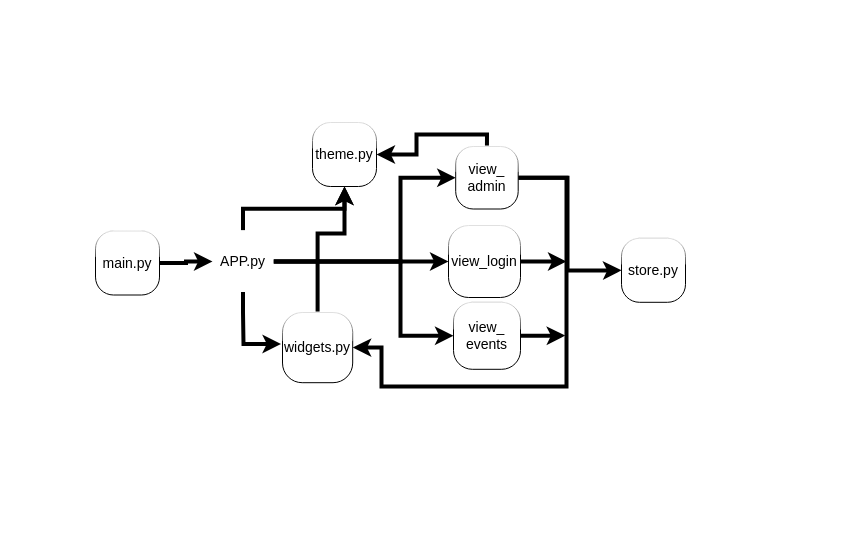
Earlier version of the draw.io diagram draws/Milsim.drawio (ilylbgg/draw.io). Source tidied: cells renumbered, new cells numbered last; positions are measured from the earlier drawing's top-left corner, leaving out a move shared by most shapes. Both pictures are drawn from the tidied source at 100%, with x=0, y=0 at pixel (95, 122).
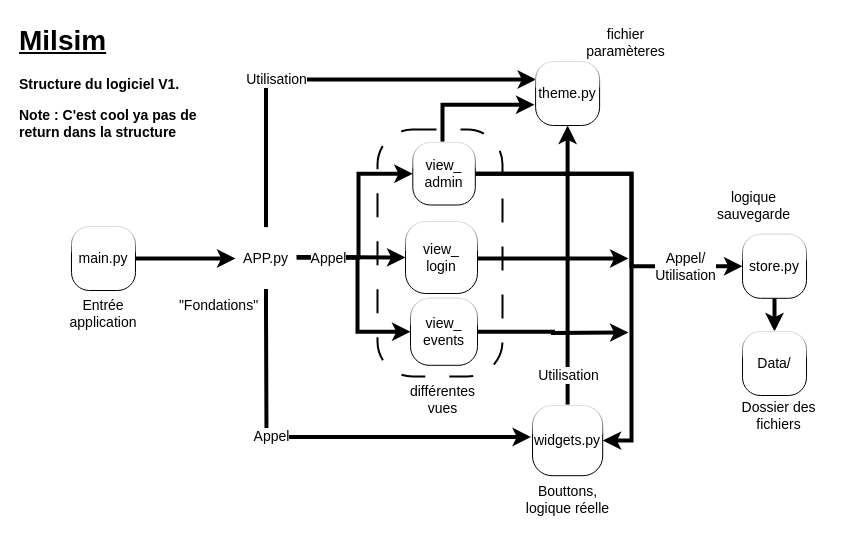
Above is the later version.

Commit message:
Mettre à jour Milsim.drawio

What changed in the source:
```diff
@@
     <mxCell id="2" style="edgeStyle=orthogonalEdgeStyle;rounded=0;jettySize=auto;html=1;exitX=0.5;exitY=1;exitDx=0;exitDy=0;entryX=-0.021;entryY=0.448;entryDx=0;entryDy=0;fontFamily=Helvetica;fontSize=14;fontColor=default;entryPerimeter=0;strokeWidth=4;strokeColor=light-dark(#000000,#000000);" parent="1" edge="1" source="9" target="24">
       <mxGeometry relative="1" as="geometry">
         <Array as="points">
-          <mxPoint x="148" y="190" />
-          <mxPoint x="148" y="201" />
+          <mxPoint x="171" y="187" />
+          <mxPoint x="171" y="198" />
         </Array>
       </mxGeometry>
     </mxCell>
@@
+    <mxCell id="25" value="Appel" style="edgeLabel;html=1;align=center;verticalAlign=middle;rounded=1;shadow=0;glass=1;strokeColor=default;arcSize=28;fontFamily=Helvetica;fontSize=14;fontColor=default;fillColor=default;" parent="2" vertex="1">
+      <mxGeometry x="-0.1" y="-1" relative="1" as="geometry">
+        <mxPoint x="-34" y="-2" as="offset" />
+      </mxGeometry>
+    </mxCell>
-    <mxCell id="4" style="edgeStyle=orthogonalEdgeStyle;rounded=0;jettySize=auto;html=1;exitX=0.5;exitY=0;exitDx=0;exitDy=0;entryX=0.5;entryY=1;entryDx=0;entryDy=0;fontFamily=Helvetica;fontSize=14;fontColor=default;strokeWidth=4;strokeColor=light-dark(#000000,#000000);" parent="1" edge="1" source="9" target="13">
-      <mxGeometry relative="1" as="geometry" />
+    <mxCell id="4" style="edgeStyle=orthogonalEdgeStyle;rounded=0;jettySize=auto;html=1;exitX=0.5;exitY=0;exitDx=0;exitDy=0;fontFamily=Helvetica;fontSize=14;fontColor=default;strokeWidth=4;strokeColor=light-dark(#000000,#000000);entryX=0.008;entryY=0.282;entryDx=0;entryDy=0;entryPerimeter=0;" parent="1" edge="1" source="9" target="13">
+      <mxGeometry relative="1" as="geometry">
+        <Array as="points">
+          <mxPoint x="171" y="-43" />
+        </Array>
+      </mxGeometry>
     </mxCell>
+    <mxCell id="26" value="Utilisation" style="edgeLabel;html=1;align=center;verticalAlign=middle;rounded=1;shadow=0;glass=1;strokeColor=default;arcSize=28;fontFamily=Helvetica;fontSize=14;fontColor=default;fillColor=default;" parent="4" vertex="1">
+      <mxGeometry x="-0.01" y="2" relative="1" as="geometry">
+        <mxPoint x="-49" y="1" as="offset" />
+      </mxGeometry>
+    </mxCell>
-    <mxCell id="5" style="edgeStyle=orthogonalEdgeStyle;rounded=0;jettySize=auto;html=1;exitX=1;exitY=0.5;exitDx=0;exitDy=0;entryX=0;entryY=0.5;entryDx=0;entryDy=0;fontFamily=Helvetica;fontSize=14;fontColor=default;strokeWidth=4;strokeColor=light-dark(#000000,#000000);" parent="1" edge="1" source="9" target="22">
+    <mxCell id="5" style="edgeStyle=orthogonalEdgeStyle;rounded=0;jettySize=auto;html=1;exitX=0.998;exitY=0.472;exitDx=0;exitDy=0;entryX=0;entryY=0.5;entryDx=0;entryDy=0;fontFamily=Helvetica;fontSize=14;fontColor=default;strokeWidth=4;strokeColor=light-dark(#000000,#000000);exitPerimeter=0;" parent="1" edge="1" source="9" target="22">
       <mxGeometry relative="1" as="geometry">
         <Array as="points">
-          <mxPoint x="247" y="139" />
-          <mxPoint x="247" y="139" />
+          <mxPoint x="179" y="134" />
         </Array>
       </mxGeometry>
     </mxCell>
@@
     <mxCell id="7" style="edgeStyle=orthogonalEdgeStyle;rounded=0;jettySize=auto;html=1;exitX=1;exitY=0.5;exitDx=0;exitDy=0;entryX=0;entryY=0.5;entryDx=0;entryDy=0;fontFamily=Helvetica;fontSize=14;fontColor=default;strokeWidth=4;strokeColor=light-dark(#000000,#000000);" parent="1" edge="1" source="9" target="19">
       <mxGeometry relative="1" as="geometry">
         <Array as="points">
-          <mxPoint x="305" y="139" />
-          <mxPoint x="305" y="213" />
+          <mxPoint x="262" y="135" />
+          <mxPoint x="262" y="209" />
         </Array>
       </mxGeometry>
     </mxCell>
     <mxCell id="8" style="edgeStyle=orthogonalEdgeStyle;rounded=0;jettySize=auto;html=1;exitX=1;exitY=0.5;exitDx=0;exitDy=0;entryX=0;entryY=0.5;entryDx=0;entryDy=0;fontFamily=Helvetica;fontSize=14;fontColor=default;strokeWidth=4;strokeColor=light-dark(#000000,#000000);" parent="1" edge="1" source="9" target="17">
       <mxGeometry relative="1" as="geometry">
         <Array as="points">
-          <mxPoint x="305" y="139" />
-          <mxPoint x="305" y="55" />
+          <mxPoint x="263" y="135" />
+          <mxPoint x="263" y="51" />
         </Array>
       </mxGeometry>
     </mxCell>
+    <mxCell id="27" value="Appel" style="edgeLabel;html=1;align=center;verticalAlign=middle;rounded=1;shadow=0;glass=1;strokeColor=default;arcSize=28;fontFamily=Helvetica;fontSize=14;fontColor=default;fillColor=default;" parent="8" vertex="1">
+      <mxGeometry x="-0.51" y="-2" relative="1" as="geometry">
+        <mxPoint x="-17" y="-2" as="offset" />
+      </mxGeometry>
+    </mxCell>
+    <mxCell id="28" style="edgeLabel;html=1;align=center;verticalAlign=middle;rounded=1;shadow=0;glass=1;strokeColor=default;arcSize=28;fontFamily=Helvetica;fontSize=14;fontColor=default;fillColor=default;" parent="8" vertex="1">
+      <mxGeometry x="-0.7" relative="1" as="geometry" />
+    </mxCell>
     <mxCell id="9" value="APP.py" style="whiteSpace=wrap;html=1;rounded=1;arcSize=28;glass=1;shadow=0;fontSize=14;strokeColor=light-dark(default, #c20000);" parent="1" vertex="1">
-      <mxGeometry x="117" y="108.5" width="61" height="61" as="geometry" />
+      <mxGeometry x="140" y="105.5" width="61" height="61" as="geometry" />
     </mxCell>
     <mxCell id="10" style="edgeStyle=orthogonalEdgeStyle;rounded=0;jettySize=auto;html=1;exitX=1;exitY=0.5;exitDx=0;exitDy=0;entryX=0;entryY=0.5;entryDx=0;entryDy=0;fontFamily=Helvetica;fontSize=14;fontColor=default;curved=0;strokeWidth=4;endArrow=classic;endFill=1;strokeColor=light-dark(#000000,#000000);align=center;verticalAlign=middle;labelBackgroundColor=default;" parent="1" edge="1" source="11" target="9">
-      <mxGeometry relative="1" as="geometry" />
+      <mxGeometry relative="1" as="geometry">
+        <Array as="points">
+          <mxPoint x="52" y="136" />
+        </Array>
+      </mxGeometry>
     </mxCell>
     <mxCell id="11" value="main.py" style="whiteSpace=wrap;html=1;rounded=1;shadow=0;glass=1;strokeColor=default;align=center;verticalAlign=middle;arcSize=28;fontFamily=Helvetica;fontSize=14;fontColor=default;fillColor=default;" parent="1" vertex="1">
-      <mxGeometry y="108.5" width="64" height="64" as="geometry" />
+      <mxGeometry x="-24" y="104" width="64" height="64" as="geometry" />
     </mxCell>
+    <mxCell id="29" style="edgeStyle=orthogonalEdgeStyle;rounded=0;jettySize=auto;html=1;exitX=0.5;exitY=1;exitDx=0;exitDy=0;entryX=0.5;entryY=0;entryDx=0;entryDy=0;fontFamily=Helvetica;fontSize=14;fontColor=default;strokeColor=light-dark(#000000,#000000);strokeWidth=4;align=center;verticalAlign=middle;labelBackgroundColor=default;endArrow=classic;" parent="1" edge="1" source="12" target="40">
+      <mxGeometry relative="1" as="geometry">
+        <Array as="points">
+          <mxPoint x="679" y="191" />
+          <mxPoint x="679" y="191" />
+        </Array>
+      </mxGeometry>
+    </mxCell>
     <mxCell id="12" value="store.py" style="whiteSpace=wrap;html=1;rounded=1;shadow=0;glass=1;strokeColor=default;align=center;verticalAlign=middle;arcSize=28;fontFamily=Helvetica;fontSize=14;fontColor=default;fillColor=default;" parent="1" vertex="1">
-      <mxGeometry x="526" y="115.8" width="64" height="64" as="geometry" />
+      <mxGeometry x="647" y="111.8" width="64" height="64" as="geometry" />
     </mxCell>
     <mxCell id="13" value="theme.py" style="whiteSpace=wrap;html=1;rounded=1;shadow=0;glass=1;strokeColor=default;align=center;verticalAlign=middle;arcSize=28;fontFamily=Helvetica;fontSize=14;fontColor=default;fillColor=default;" parent="1" vertex="1">
-      <mxGeometry x="217" width="64" height="64" as="geometry" />
+      <mxGeometry x="440.1" y="-61" width="64" height="64" as="geometry" />
     </mxCell>
     <mxCell id="14" style="edgeStyle=orthogonalEdgeStyle;rounded=0;jettySize=auto;html=1;exitX=1;exitY=0.5;exitDx=0;exitDy=0;entryX=0;entryY=0.5;entryDx=0;entryDy=0;fontFamily=Helvetica;fontSize=14;fontColor=default;strokeWidth=4;strokeColor=light-dark(#000000,#000000);" parent="1" edge="1" source="17" target="12">
       <mxGeometry relative="1" as="geometry">
         <Array as="points">
-          <mxPoint x="472" y="55" />
-          <mxPoint x="472" y="148" />
-          <mxPoint x="513" y="148" />
+          <mxPoint x="536" y="51" />
+          <mxPoint x="536" y="144" />
         </Array>
       </mxGeometry>
     </mxCell>
+    <mxCell id="30" value="Appel/&lt;br&gt;Utilisation" style="edgeLabel;html=1;align=center;verticalAlign=middle;rounded=1;shadow=0;glass=1;strokeColor=default;arcSize=28;fontFamily=Helvetica;fontSize=14;fontColor=default;fillColor=default;" parent="14" vertex="1">
+      <mxGeometry x="0.82" y="1" relative="1" as="geometry">
+        <mxPoint x="-25" y="1" as="offset" />
+      </mxGeometry>
+    </mxCell>
     <mxCell id="15" style="edgeStyle=orthogonalEdgeStyle;rounded=0;jettySize=auto;html=1;exitX=1;exitY=0.5;exitDx=0;exitDy=0;fontFamily=Helvetica;fontSize=14;fontColor=default;entryX=1;entryY=0.5;entryDx=0;entryDy=0;strokeWidth=4;strokeColor=light-dark(#000000,#000000);" parent="1" edge="1" source="17" target="24">
       <mxGeometry relative="1" as="geometry">
         <Array as="points">
-          <mxPoint x="471" y="55" />
-          <mxPoint x="471" y="264" />
-          <mxPoint x="286" y="264" />
-          <mxPoint x="286" y="225" />
+          <mxPoint x="536" y="51" />
+          <mxPoint x="536" y="318" />
         </Array>
       </mxGeometry>
     </mxCell>
-    <mxCell id="16" style="edgeStyle=orthogonalEdgeStyle;rounded=0;jettySize=auto;html=1;exitX=0.5;exitY=0;exitDx=0;exitDy=0;entryX=1;entryY=0.5;entryDx=0;entryDy=0;fontFamily=Helvetica;fontSize=14;fontColor=default;strokeWidth=4;strokeColor=light-dark(#000000,#000000);" parent="1" edge="1" source="17" target="13">
+    <mxCell id="16" style="edgeStyle=orthogonalEdgeStyle;rounded=0;jettySize=auto;html=1;exitX=0.5;exitY=0;exitDx=0;exitDy=0;entryX=-0.018;entryY=0.677;entryDx=0;entryDy=0;fontFamily=Helvetica;fontSize=14;fontColor=default;strokeWidth=4;strokeColor=light-dark(#000000,#000000);entryPerimeter=0;" parent="1" edge="1" source="17" target="13">
       <mxGeometry relative="1" as="geometry">
         <Array as="points">
-          <mxPoint x="392" y="12" />
-          <mxPoint x="321" y="12" />
-          <mxPoint x="321" y="32" />
+          <mxPoint x="347" y="20" />
+          <mxPoint x="347" y="-18" />
         </Array>
       </mxGeometry>
     </mxCell>
     <mxCell id="17" value="view_&lt;div&gt;admin&lt;/div&gt;" style="whiteSpace=wrap;html=1;rounded=1;shadow=0;glass=1;strokeColor=default;align=center;verticalAlign=middle;arcSize=28;fontFamily=Helvetica;fontSize=14;fontColor=default;fillColor=default;" parent="1" vertex="1">
-      <mxGeometry x="360.2" y="24" width="62.5" height="62.5" as="geometry" />
+      <mxGeometry x="317.3" y="20" width="62.5" height="62.5" as="geometry" />
     </mxCell>
     <mxCell id="18" style="edgeStyle=orthogonalEdgeStyle;rounded=0;jettySize=auto;html=1;exitX=1;exitY=0.5;exitDx=0;exitDy=0;fontFamily=Helvetica;fontSize=14;fontColor=default;strokeWidth=4;strokeColor=light-dark(#000000,#000000);" parent="1" edge="1" source="19">
       <mxGeometry relative="1" as="geometry">
-        <mxPoint x="469.7" y="213.1" as="targetPoint" />
+        <mxPoint x="533" y="210" as="targetPoint" />
       </mxGeometry>
     </mxCell>
     <mxCell id="19" value="view_&lt;div&gt;events&lt;/div&gt;" style="whiteSpace=wrap;html=1;rounded=1;shadow=0;glass=1;strokeColor=default;align=center;verticalAlign=middle;arcSize=28;fontFamily=Helvetica;fontSize=14;fontColor=default;fillColor=default;" parent="1" vertex="1">
-      <mxGeometry x="358" y="179.8" width="67" height="67" as="geometry" />
+      <mxGeometry x="315" y="175.8" width="67" height="67" as="geometry" />
     </mxCell>
     <mxCell id="20" style="edgeStyle=orthogonalEdgeStyle;rounded=0;jettySize=auto;html=1;exitX=1;exitY=0.5;exitDx=0;exitDy=0;fontFamily=Helvetica;fontSize=14;fontColor=default;strokeWidth=4;strokeColor=light-dark(#000000,#000000);" parent="1" edge="1" source="22">
       <mxGeometry relative="1" as="geometry">
-        <mxPoint x="471" y="139" as="targetPoint" />
+        <mxPoint x="533" y="136" as="targetPoint" />
         <Array as="points">
-          <mxPoint x="456" y="139" />
-          <mxPoint x="456" y="139" />
+          <mxPoint x="357" y="136" />
         </Array>
       </mxGeometry>
     </mxCell>
@@
-    <mxCell id="22" value="view_login" style="whiteSpace=wrap;html=1;rounded=1;shadow=0;glass=1;strokeColor=default;align=center;verticalAlign=middle;arcSize=28;fontFamily=Helvetica;fontSize=14;fontColor=default;fillColor=default;" parent="1" vertex="1">
-      <mxGeometry x="353" y="103" width="72" height="72" as="geometry" />
+    <mxCell id="22" value="view_&lt;div&gt;login&lt;/div&gt;" style="whiteSpace=wrap;html=1;rounded=1;shadow=0;glass=1;strokeColor=default;align=center;verticalAlign=middle;arcSize=28;fontFamily=Helvetica;fontSize=14;fontColor=default;fillColor=default;" parent="1" vertex="1">
+      <mxGeometry x="310" y="99" width="72" height="72" as="geometry" />
     </mxCell>
     <mxCell id="23" style="edgeStyle=orthogonalEdgeStyle;rounded=0;jettySize=auto;html=1;exitX=0.5;exitY=0;exitDx=0;exitDy=0;fontFamily=Helvetica;fontSize=14;fontColor=default;entryX=0.5;entryY=1;entryDx=0;entryDy=0;strokeWidth=4;strokeColor=light-dark(#000000,#000000);" parent="1" edge="1" source="24" target="13">
       <mxGeometry relative="1" as="geometry">
         <Array as="points">
-          <mxPoint x="222" y="111" />
-          <mxPoint x="249" y="111" />
+          <mxPoint x="472" y="65" />
+          <mxPoint x="472" y="65" />
         </Array>
       </mxGeometry>
     </mxCell>
+    <mxCell id="31" value="Utilisation" style="edgeLabel;html=1;align=center;verticalAlign=middle;rounded=1;shadow=0;glass=1;strokeColor=default;arcSize=28;fontFamily=Helvetica;fontSize=14;fontColor=default;fillColor=default;" parent="23" vertex="1">
+      <mxGeometry x="-0.78" relative="1" as="geometry" />
+    </mxCell>
     <mxCell id="24" value="widgets.py" style="whiteSpace=wrap;html=1;rounded=1;shadow=0;glass=1;strokeColor=default;align=center;verticalAlign=middle;arcSize=28;fontFamily=Helvetica;fontSize=14;fontColor=default;fillColor=default;" parent="1" vertex="1">
-      <mxGeometry x="187" y="190" width="70.2" height="70.2" as="geometry" />
+      <mxGeometry x="437" y="283" width="70.2" height="70.2" as="geometry" />
     </mxCell>
+    <mxCell id="32" value="&lt;h1 style=&quot;margin-top: 0px;&quot;&gt;&lt;font style=&quot;color: light-dark(rgb(0, 0, 0), rgb(0, 0, 0));&quot;&gt;&lt;u style=&quot;&quot;&gt;Milsim&lt;/u&gt;&lt;/font&gt;&lt;/h1&gt;&lt;p&gt;&lt;font style=&quot;color: light-dark(rgb(0, 0, 0), rgb(0, 0, 0));&quot;&gt;&lt;b&gt;Structure du logiciel V1.&lt;/b&gt;&lt;/font&gt;&lt;/p&gt;&lt;p&gt;&lt;font style=&quot;color: light-dark(rgb(0, 0, 0), rgb(0, 0, 0));&quot;&gt;&lt;b&gt;Note : C'est cool ya pas de return dans la structure&lt;/b&gt;&lt;/font&gt;&lt;/p&gt;" style="text;html=1;whiteSpace=wrap;overflow=hidden;rounded=0;fontFamily=Helvetica;fontSize=14;fontColor=default;" parent="1" vertex="1">
+      <mxGeometry x="-78" y="-105" width="195" height="128" as="geometry" />
+    </mxCell>
+    <mxCell id="33" value="&lt;font style=&quot;&quot;&gt;Entrée application&lt;/font&gt;" style="text;html=1;whiteSpace=wrap;strokeColor=none;fillColor=none;align=center;verticalAlign=middle;rounded=0;fontFamily=Helvetica;fontSize=14;fontColor=light-dark(#000000,#131313);" parent="1" vertex="1">
+      <mxGeometry x="-22" y="175.8" width="60" height="30" as="geometry" />
+    </mxCell>
+    <mxCell id="34" value="&lt;font style=&quot;&quot;&gt;&quot;Fondations&quot;&lt;/font&gt;" style="text;html=1;whiteSpace=wrap;strokeColor=none;fillColor=none;align=center;verticalAlign=middle;rounded=0;fontFamily=Helvetica;fontSize=14;fontColor=light-dark(#000000,#131313);" parent="1" vertex="1">
+      <mxGeometry x="77" y="166.5" width="93" height="32" as="geometry" />
+    </mxCell>
+    <mxCell id="35" value="&lt;font style=&quot;&quot;&gt;Bouttons, logique réelle&lt;/font&gt;" style="text;html=1;whiteSpace=wrap;strokeColor=none;fillColor=none;align=center;verticalAlign=middle;rounded=0;fontFamily=Helvetica;fontSize=14;fontColor=light-dark(#000000,#131313);" parent="1" vertex="1">
+      <mxGeometry x="425.6" y="361" width="93" height="32" as="geometry" />
+    </mxCell>
+    <mxCell id="36" value="&lt;font style=&quot;&quot;&gt;différentes vues&lt;/font&gt;" style="text;html=1;whiteSpace=wrap;strokeColor=none;fillColor=none;align=center;verticalAlign=middle;rounded=0;fontFamily=Helvetica;fontSize=14;fontColor=light-dark(#000000,#131313);" parent="1" vertex="1">
+      <mxGeometry x="301" y="261" width="93" height="32" as="geometry" />
+    </mxCell>
+    <mxCell id="37" style="rounded=1;whiteSpace=wrap;html=1;shadow=0;glass=1;strokeColor=light-dark(#000000,#000000);align=center;verticalAlign=middle;arcSize=28;fontFamily=Helvetica;fontSize=14;fontColor=light-dark(#000000,#131313);fillColor=none;dashed=1;dashPattern=12 12;strokeWidth=2;perimeterSpacing=2;" parent="1" vertex="1">
+      <mxGeometry x="282" y="7" width="125" height="247" as="geometry" />
+    </mxCell>
+    <mxCell id="38" value="&lt;font style=&quot;&quot;&gt;fichier paramèteres&lt;/font&gt;" style="text;html=1;whiteSpace=wrap;strokeColor=none;fillColor=none;align=center;verticalAlign=middle;rounded=0;fontFamily=Helvetica;fontSize=14;fontColor=light-dark(#000000,#131313);" parent="1" vertex="1">
+      <mxGeometry x="484" y="-96" width="93" height="32" as="geometry" />
+    </mxCell>
+    <mxCell id="39" value="&lt;font style=&quot;&quot;&gt;logique sauvegarde&lt;/font&gt;" style="text;html=1;whiteSpace=wrap;strokeColor=none;fillColor=none;align=center;verticalAlign=middle;rounded=0;fontFamily=Helvetica;fontSize=14;fontColor=light-dark(#000000,#131313);" parent="1" vertex="1">
+      <mxGeometry x="612" y="67" width="93" height="32" as="geometry" />
+    </mxCell>
+    <mxCell id="40" value="Data/" style="whiteSpace=wrap;html=1;rounded=1;shadow=0;glass=1;strokeColor=default;align=center;verticalAlign=middle;arcSize=28;fontFamily=Helvetica;fontSize=14;fontColor=default;fillColor=default;" parent="1" vertex="1">
+      <mxGeometry x="647" y="209" width="64" height="64" as="geometry" />
+    </mxCell>
+    <mxCell id="41" value="Dossier des fichiers" style="text;html=1;whiteSpace=wrap;strokeColor=none;fillColor=none;align=center;verticalAlign=middle;rounded=0;fontFamily=Helvetica;fontSize=14;fontColor=light-dark(#000000,#131313);" parent="1" vertex="1">
+      <mxGeometry x="637" y="277" width="93" height="32" as="geometry" />
+    </mxCell>
```
